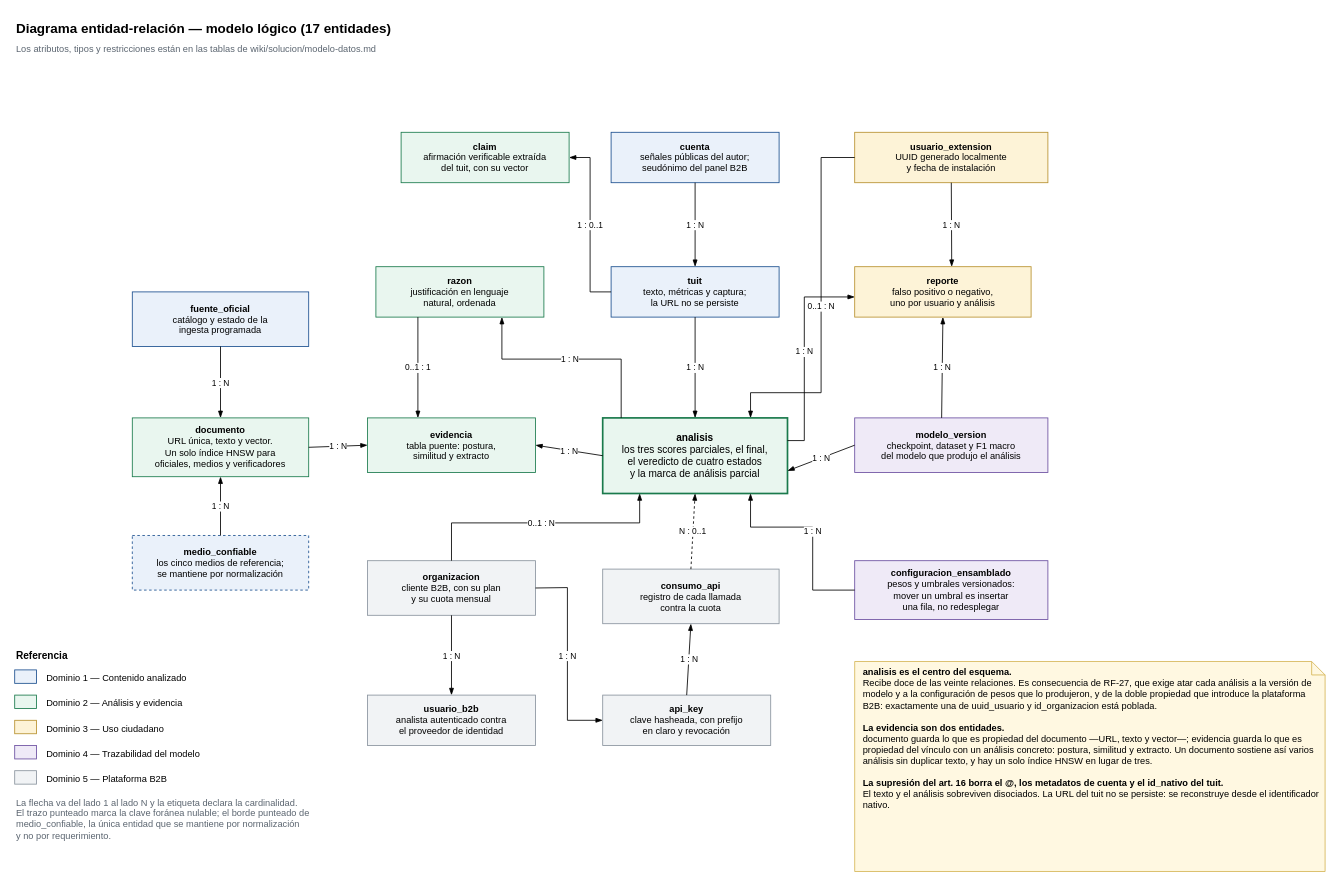
Before: wiki/assets/diagramas/der.drawio in martinnbejarano/PFI-Wiki, a draw.io diagram. Source tidied: cells renumbered, new cells numbered last; positions are measured from the earlier drawing's top-left corner, leaving out a move shared by most shapes. Both pictures are drawn from the tidied source at 84%, with x=0, y=0 at pixel (14, 14).
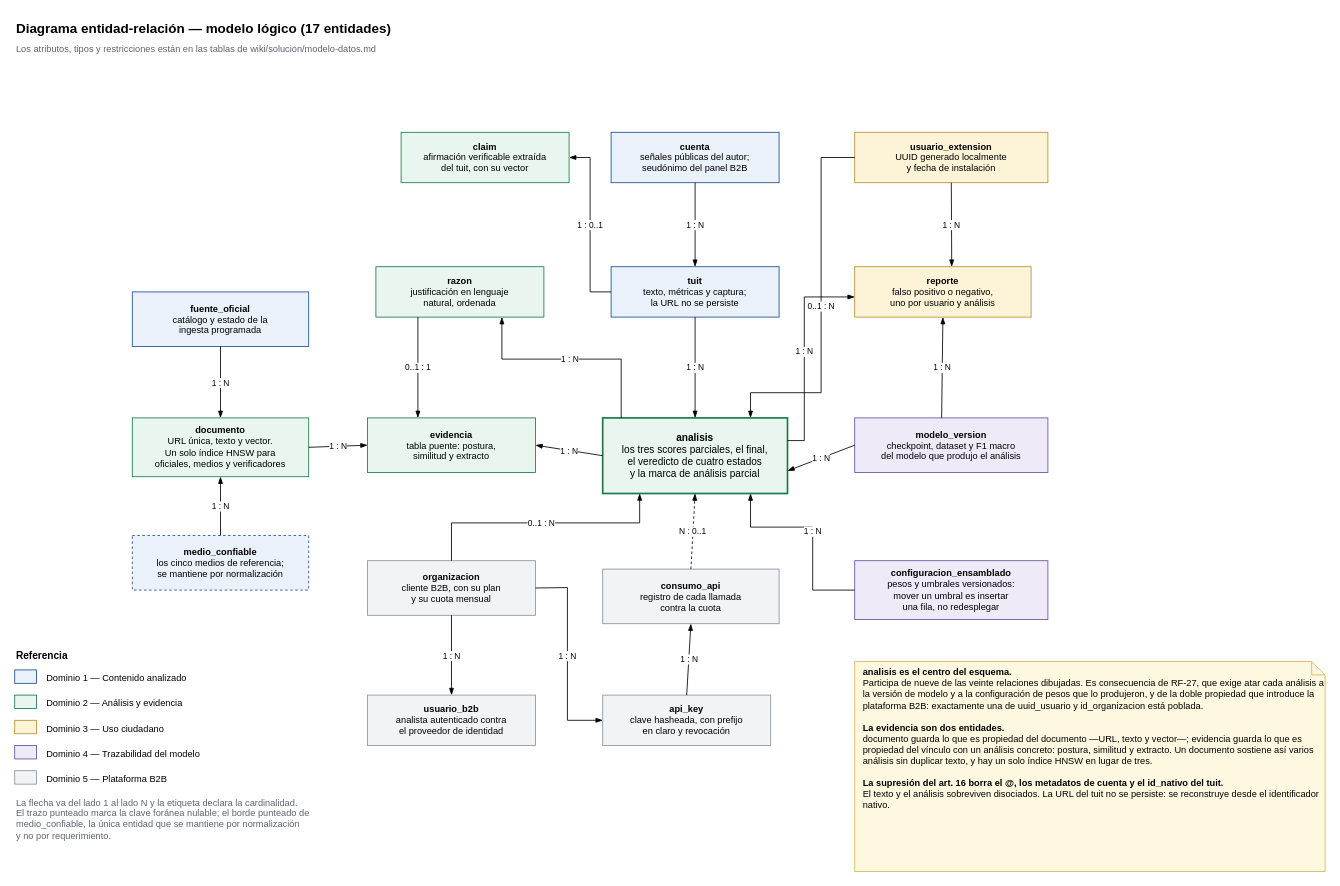
The same diagram, later.

What changed in the source:
```diff
@@
-    <mxCell id="53" value="&lt;b&gt;analisis es el centro del esquema.&lt;/b&gt;&#10;Recibe doce de las veinte relaciones. Es consecuencia de RF-27, que exige atar cada análisis a la versión de modelo y a la configuración de pesos que lo produjeron, y de la doble propiedad que introduce la plataforma B2B: exactamente una de uuid_usuario y id_organizacion está poblada.&#10;&#10;&lt;b&gt;La evidencia son dos entidades.&lt;/b&gt;&#10;documento guarda lo que es propiedad del documento —URL, texto y vector—; evidencia guarda lo que es propiedad del vínculo con un análisis concreto: postura, similitud y extracto. Un documento sostiene así varios análisis sin duplicar texto, y hay un solo índice HNSW en lugar de tres.&#10;&#10;&lt;b&gt;La supresión del art. 16 borra el @, los metadatos de cuenta y el id_nativo del tuit.&lt;/b&gt;&#10;El texto y el análisis sobreviven disociados. La URL del tuit no se persiste: se reconstruye desde el identificador nativo." style="shape=note;whiteSpace=wrap;html=1;size=16;fillColor=#fff8e1;strokeColor=#d6b656;fontSize=11;align=left;spacingLeft=8;verticalAlign=top;" parent="1" vertex="1">
+    <mxCell id="53" value="&lt;b&gt;analisis es el centro del esquema.&lt;/b&gt;&#10;Participa de nueve de las veinte relaciones dibujadas. Es consecuencia de RF-27, que exige atar cada análisis a la versión de modelo y a la configuración de pesos que lo produjeron, y de la doble propiedad que introduce la plataforma B2B: exactamente una de uuid_usuario y id_organizacion está poblada.&#10;&#10;&lt;b&gt;La evidencia son dos entidades.&lt;/b&gt;&#10;documento guarda lo que es propiedad del documento —URL, texto y vector—; evidencia guarda lo que es propiedad del vínculo con un análisis concreto: postura, similitud y extracto. Un documento sostiene así varios análisis sin duplicar texto, y hay un solo índice HNSW en lugar de tres.&#10;&#10;&lt;b&gt;La supresión del art. 16 borra el @, los metadatos de cuenta y el id_nativo del tuit.&lt;/b&gt;&#10;El texto y el análisis sobreviven disociados. La URL del tuit no se persiste: se reconstruye desde el identificador nativo." style="shape=note;whiteSpace=wrap;html=1;size=16;fillColor=#fff8e1;strokeColor=#d6b656;fontSize=11;align=left;spacingLeft=8;verticalAlign=top;" parent="1" vertex="1">
       <mxGeometry x="1000" y="770" width="560" height="250" as="geometry" />
     </mxCell>
```
